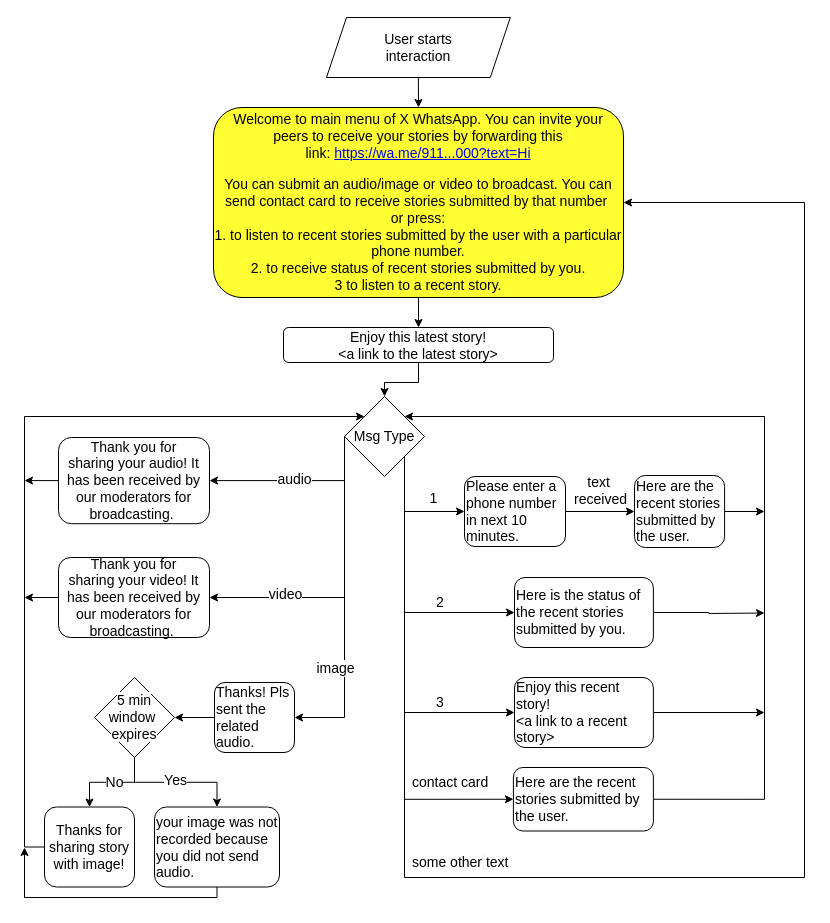
Before: page "PDF Flow7" (10 of 10) of DisseminationFlow.drawio in PriyankaVerma98/CGNetSwara-WhatsApp, a draw.io diagram. Source tidied: cells renumbered, new cells numbered last; positions are measured from the earlier drawing's top-left corner, leaving out a move shared by most shapes. Both pictures are drawn from the tidied source at 100%, with x=0, y=0 at pixel (-256, 17).
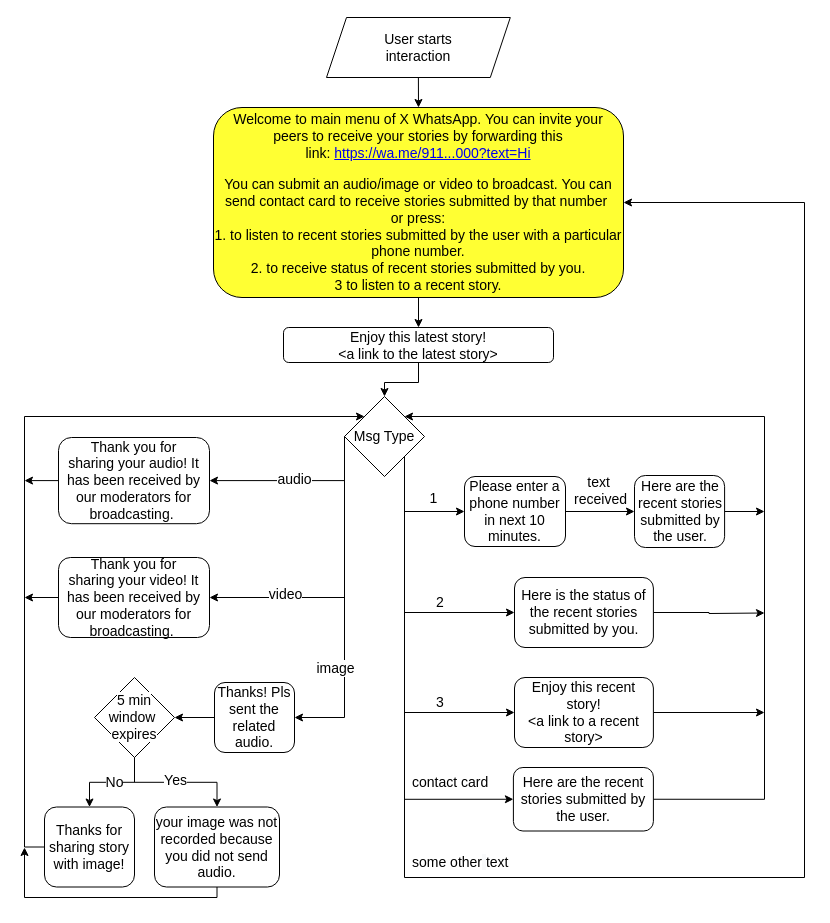
The same page after the edit.

Unchanged cells that the change refers to:
```xml
<mxCell id="41" style="group;" parent="1" vertex="1">
  <mxGeometry x="300" y="660" width="250" height="209.5" as="geometry" />
</mxCell>
```

What changed in the source:
```diff
@@
-    <mxCell id="32" value="&lt;font style=&quot;font-size: 14px&quot;&gt;Please enter a phone number in next 10 minutes.&lt;/font&gt;" style="rounded=1;whiteSpace=wrap;html=1;align=left;" parent="1" vertex="1">
+    <mxCell id="32" value="&lt;font style=&quot;font-size: 14px&quot;&gt;Please enter a phone number in next 10 minutes.&lt;/font&gt;" style="rounded=1;whiteSpace=wrap;html=1;align=center;" parent="1" vertex="1">
       <mxGeometry x="720" y="459" width="101" height="70" as="geometry" />
     </mxCell>
@@
-    <mxCell id="34" value="&lt;font style=&quot;font-size: 14px&quot;&gt;Here is the status of the recent stories submitted by you.&lt;/font&gt;" style="rounded=1;whiteSpace=wrap;html=1;align=left;" parent="1" vertex="1">
+    <mxCell id="34" value="&lt;font style=&quot;font-size: 14px&quot;&gt;Here is the status of the recent stories submitted by you.&lt;/font&gt;" style="rounded=1;whiteSpace=wrap;html=1;align=center;" parent="1" vertex="1">
       <mxGeometry x="770" y="560" width="138.9" height="70" as="geometry" />
     </mxCell>
@@
-    <mxCell id="36" value="&lt;font style=&quot;font-size: 14px&quot;&gt;Here are the recent stories submitted by the user.&lt;br&gt;&lt;/font&gt;" style="rounded=1;whiteSpace=wrap;html=1;align=left;" parent="1" vertex="1">
+    <mxCell id="36" value="&lt;div style=&quot;text-align: center&quot;&gt;&lt;span style=&quot;font-size: 14px&quot;&gt;Here are the recent stories submitted by the user.&lt;/span&gt;&lt;/div&gt;" style="rounded=1;whiteSpace=wrap;html=1;align=left;" parent="1" vertex="1">
       <mxGeometry x="890" y="458" width="90.1" height="72" as="geometry" />
     </mxCell>
@@
-    <mxCell id="38" value="&lt;font style=&quot;font-size: 14px ; text-align: center&quot;&gt;Enjoy this recent story!&lt;br&gt;&lt;/font&gt;&lt;font style=&quot;font-size: 14px ; text-align: center&quot;&gt;&amp;lt;a link to a recent story&amp;gt;&lt;/font&gt;" style="rounded=1;whiteSpace=wrap;html=1;align=left;" parent="1" vertex="1">
+    <mxCell id="38" value="&lt;font style=&quot;font-size: 14px&quot;&gt;Enjoy this recent story!&lt;br&gt;&lt;/font&gt;&lt;font style=&quot;font-size: 14px&quot;&gt;&amp;lt;a link to a recent story&amp;gt;&lt;/font&gt;" style="rounded=1;whiteSpace=wrap;html=1;align=center;" parent="1" vertex="1">
       <mxGeometry x="770" y="660" width="138.9" height="70" as="geometry" />
     </mxCell>
@@
-    <mxCell id="40" value="&lt;span style=&quot;font-size: 14px&quot;&gt;Here are the recent stories submitted by the user.&lt;/span&gt;" style="rounded=1;whiteSpace=wrap;html=1;align=left;" parent="1" vertex="1">
+    <mxCell id="40" value="&lt;span style=&quot;font-size: 14px&quot;&gt;Here are the recent stories submitted by the user.&lt;/span&gt;" style="rounded=1;whiteSpace=wrap;html=1;align=center;" parent="1" vertex="1">
       <mxGeometry x="768.9" y="750" width="140" height="63.5" as="geometry" />
     </mxCell>
@@
-    <mxCell id="42" value="&lt;font style=&quot;font-size: 14px&quot;&gt;Thanks! Pls sent the related audio.&lt;/font&gt;" style="rounded=1;whiteSpace=wrap;html=1;align=left;" parent="41" vertex="1">
+    <mxCell id="42" value="&lt;font style=&quot;font-size: 14px&quot;&gt;Thanks! Pls sent the related audio.&lt;/font&gt;" style="rounded=1;whiteSpace=wrap;html=1;align=center;" parent="41" vertex="1">
       <mxGeometry x="170" y="5" width="80" height="70" as="geometry" />
     </mxCell>
-    <mxCell id="43" value="&lt;font style=&quot;font-size: 14px&quot;&gt;your image was not recorded because you did not send audio.&lt;/font&gt;" style="rounded=1;whiteSpace=wrap;html=1;align=left;" parent="41" vertex="1">
+    <mxCell id="43" value="&lt;font style=&quot;font-size: 14px&quot;&gt;your image was not recorded because you did not send audio.&lt;/font&gt;" style="rounded=1;whiteSpace=wrap;html=1;align=center;" parent="41" vertex="1">
       <mxGeometry x="110" y="129.5" width="125" height="80" as="geometry" />
     </mxCell>
```
